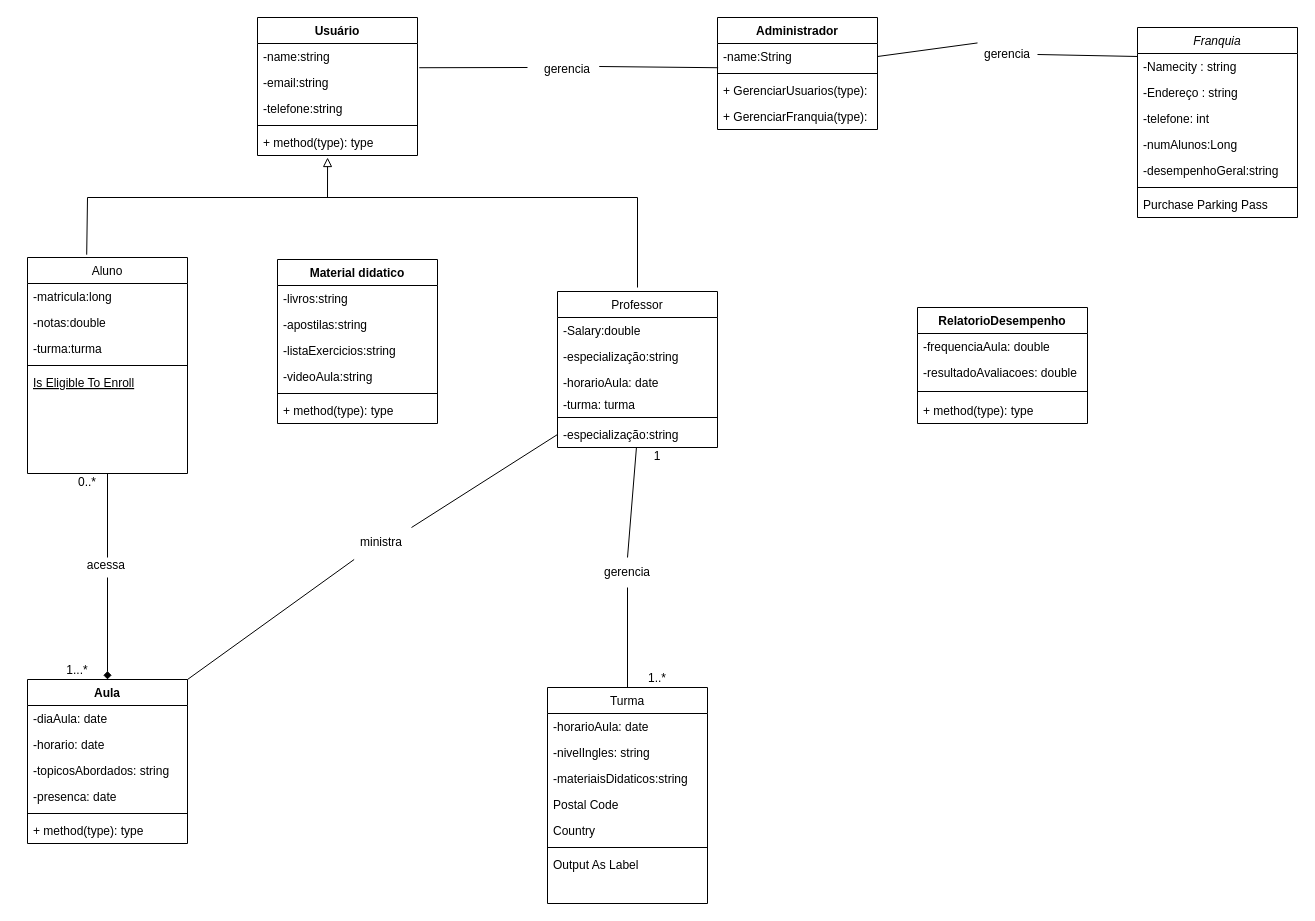
Before: Diagrama-Classes/Escola-Ingles.drawio in Wal221/ProjetoWeb2, a draw.io diagram. Source tidied: cells renumbered, new cells numbered last; positions are measured from the earlier drawing's top-left corner, leaving out a move shared by most shapes. Both pictures are drawn from the tidied source at 100%, with x=0, y=0 at pixel (27, 17).
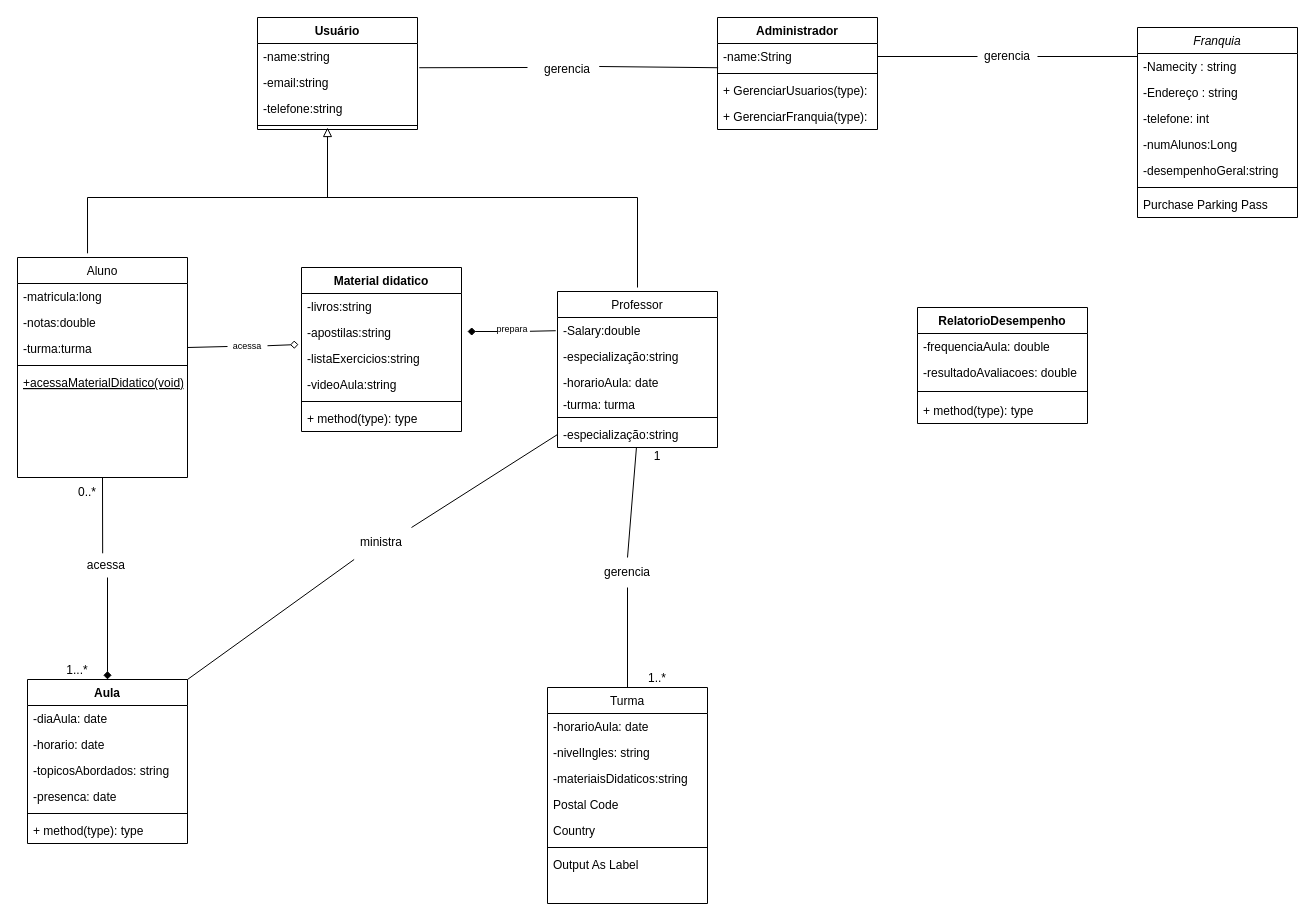
The same page after the edit.

The change refers to these unchanged cells:
```xml
<mxCell id="17" value="-Salary:double&#10;" style="text;align=left;verticalAlign=top;spacingLeft=4;spacingRight=4;overflow=hidden;points=[[0,0.5],[1,0.5]];portConstraint=eastwest;" parent="16" vertex="1">
  <mxGeometry y="26" width="160" height="26" as="geometry" />
</mxCell>
<mxCell id="44" value="-name:String" style="text;strokeColor=none;fillColor=none;align=left;verticalAlign=top;spacingLeft=4;spacingRight=4;overflow=hidden;points=[[0,0.5],[1,0.5]];portConstraint=eastwest;whiteSpace=wrap;html=1;" parent="43" vertex="1">
  <mxGeometry y="26" width="160" height="26" as="geometry" />
</mxCell>
<mxCell id="59" value="acessa&amp;nbsp;" style="text;html=1;align=center;verticalAlign=middle;whiteSpace=wrap;rounded=0;" parent="1" vertex="1">
  <mxGeometry x="56.5" y="535" width="47" height="25" as="geometry" />
</mxCell>
<mxCell id="78" value="-listaExercicios:string&lt;div&gt;&lt;br&gt;&lt;/div&gt;" style="text;strokeColor=none;fillColor=none;align=left;verticalAlign=top;spacingLeft=4;spacingRight=4;overflow=hidden;points=[[0,0.5],[1,0.5]];portConstraint=eastwest;whiteSpace=wrap;html=1;" parent="75" vertex="1">
  <mxGeometry y="78" width="160" height="26" as="geometry" />
</mxCell>
```

What changed in the source:
```diff
@@
     <mxCell id="10" value="Aluno" style="swimlane;fontStyle=0;align=center;verticalAlign=top;horizontal=1;startSize=26;rounded=0;shadow=0;strokeWidth=1;" parent="1" vertex="1">
-      <mxGeometry y="240" width="160" height="216" as="geometry" />
+      <mxGeometry x="-10" y="240" width="170" height="220" as="geometry" />
     </mxCell>
     <mxCell id="11" value="-matricula:long" style="text;align=left;verticalAlign=top;spacingLeft=4;spacingRight=4;overflow=hidden;rounded=0;shadow=0;html=0;" parent="10" vertex="1">
-      <mxGeometry y="26" width="160" height="26" as="geometry" />
+      <mxGeometry y="26" width="170" height="26" as="geometry" />
     </mxCell>
     <mxCell id="12" value="-notas:double" style="text;align=left;verticalAlign=top;spacingLeft=4;spacingRight=4;overflow=hidden;rounded=0;shadow=0;html=0;" parent="10" vertex="1">
-      <mxGeometry y="52" width="160" height="26" as="geometry" />
+      <mxGeometry y="52" width="170" height="26" as="geometry" />
     </mxCell>
     <mxCell id="13" value="-turma:turma" style="text;align=left;verticalAlign=top;spacingLeft=4;spacingRight=4;overflow=hidden;rounded=0;shadow=0;html=0;" parent="10" vertex="1">
-      <mxGeometry y="78" width="160" height="26" as="geometry" />
+      <mxGeometry y="78" width="170" height="26" as="geometry" />
     </mxCell>
     <mxCell id="14" style="line;html=1;strokeWidth=1;align=left;verticalAlign=middle;spacingTop=-1;spacingLeft=3;spacingRight=3;labelPosition=right;" parent="10" vertex="1">
-      <mxGeometry y="104" width="160" height="8" as="geometry" />
+      <mxGeometry y="104" width="170" height="8" as="geometry" />
     </mxCell>
-    <mxCell id="15" value="Is Eligible To Enroll" style="text;align=left;verticalAlign=top;spacingLeft=4;spacingRight=4;overflow=hidden;fontStyle=4;" parent="10" vertex="1">
-      <mxGeometry y="112" width="160" height="26" as="geometry" />
+    <mxCell id="15" value="+acessaMaterialDidatico(void)" style="text;align=left;verticalAlign=top;spacingLeft=4;spacingRight=4;overflow=hidden;fontStyle=4;" parent="10" vertex="1">
+      <mxGeometry y="112" width="170" height="26" as="geometry" />
     </mxCell>
@@
     <mxCell id="48" value="Usuário" style="swimlane;fontStyle=1;align=center;verticalAlign=top;horizontal=1;startSize=26;whiteSpace=wrap;html=1;" parent="1" vertex="1">
-      <mxGeometry x="230" width="160" height="138" as="geometry" />
+      <mxGeometry x="230" width="160" height="112" as="geometry" />
     </mxCell>
@@
-    <mxCell id="53" value="+ method(type): type" style="text;strokeColor=none;fillColor=none;align=left;verticalAlign=top;spacingLeft=4;spacingRight=4;overflow=hidden;points=[[0,0.5],[1,0.5]];portConstraint=eastwest;whiteSpace=wrap;html=1;" parent="48" vertex="1">
-      <mxGeometry y="112" width="160" height="26" as="geometry" />
-    </mxCell>
-    <mxCell id="54" style="endArrow=block;html=1;rounded=0;endFill=0;endSize=7;exitX=0.37;exitY=-0.013;exitDx=0;exitDy=0;exitPerimeter=0;entryX=0.438;entryY=1.077;entryDx=0;entryDy=0;entryPerimeter=0;" parent="1" edge="1" source="10" target="53">
+    <mxCell id="54" style="endArrow=block;html=1;rounded=0;endFill=0;endSize=7;exitX=0.412;exitY=-0.019;exitDx=0;exitDy=0;exitPerimeter=0;" parent="1" edge="1" source="10">
       <mxGeometry relative="1" as="geometry">
+        <mxPoint x="300" y="110" as="targetPoint" />
         <Array as="points">
           <mxPoint x="60" y="180" />
           <mxPoint x="300" y="180" />
         </Array>
       </mxGeometry>
     </mxCell>
@@
-    <mxCell id="58" style="endArrow=none;html=1;rounded=0;endFill=0;exitX=0.5;exitY=1;exitDx=0;exitDy=0;" parent="1" edge="1" source="10">
-      <mxGeometry relative="1" as="geometry">
-        <mxPoint x="80" y="540" as="targetPoint" />
-      </mxGeometry>
+    <mxCell id="58" style="endArrow=none;html=1;rounded=0;endFill=0;exitX=0.5;exitY=1;exitDx=0;exitDy=0;entryX=0.397;entryY=0.032;entryDx=0;entryDy=0;entryPerimeter=0;" parent="1" edge="1" source="10" target="59">
+      <mxGeometry relative="1" as="geometry" />
     </mxCell>
@@
     <mxCell id="70" value="0..*" style="text;html=1;align=center;verticalAlign=middle;whiteSpace=wrap;rounded=0;" parent="1" vertex="1">
-      <mxGeometry x="30" y="450" width="60" height="30" as="geometry" />
+      <mxGeometry x="30" y="460" width="60" height="30" as="geometry" />
     </mxCell>
@@
-    <mxCell id="73" style="endArrow=none;html=1;rounded=0;exitX=1;exitY=0.5;exitDx=0;exitDy=0;entryX=0;entryY=0.115;entryDx=0;entryDy=0;entryPerimeter=0;" parent="1" edge="1" source="44" target="74">
+    <mxCell id="73" style="endArrow=none;html=1;rounded=0;exitX=1;exitY=0.5;exitDx=0;exitDy=0;entryX=0;entryY=0.5;entryDx=0;entryDy=0;" parent="1" edge="1" source="44" target="74">
       <mxGeometry relative="1" as="geometry" />
     </mxCell>
     <mxCell id="74" value="gerencia" style="text;html=1;align=center;verticalAlign=middle;whiteSpace=wrap;rounded=0;" parent="1" vertex="1">
-      <mxGeometry x="950" y="22" width="60" height="30" as="geometry" />
+      <mxGeometry x="950" y="24" width="60" height="30" as="geometry" />
     </mxCell>
     <mxCell id="75" value="Material didatico" style="swimlane;fontStyle=1;align=center;verticalAlign=top;horizontal=1;startSize=26;whiteSpace=wrap;html=1;" parent="1" vertex="1">
-      <mxGeometry x="250" y="242" width="160" height="164" as="geometry" />
+      <mxGeometry x="274" y="250" width="160" height="164" as="geometry" />
     </mxCell>
@@
+    <mxCell id="82" style="endArrow=diamond;html=1;rounded=0;endFill=0;entryX=-0.019;entryY=-0.038;entryDx=0;entryDy=0;entryPerimeter=0;" parent="1" edge="1" source="85" target="78">
+      <mxGeometry relative="1" as="geometry" />
+    </mxCell>
+    <mxCell id="83" style="endArrow=diamond;html=1;rounded=0;endFill=1;exitX=0;exitY=0.6;exitDx=0;exitDy=0;exitPerimeter=0;" parent="1" edge="1" source="87">
+      <mxGeometry relative="1" as="geometry">
+        <mxPoint x="440" y="314" as="targetPoint" />
+      </mxGeometry>
+    </mxCell>
+    <mxCell id="84" style="endArrow=none;html=1;rounded=0;endFill=0;entryX=0;entryY=0.5;entryDx=0;entryDy=0;" parent="1" edge="1" target="85">
+      <mxGeometry relative="1" as="geometry">
+        <mxPoint x="160" y="330" as="sourcePoint" />
+      </mxGeometry>
+    </mxCell>
+    <mxCell id="85" value="acessa" style="text;html=1;align=center;verticalAlign=middle;whiteSpace=wrap;rounded=0;fontSize=9;" parent="1" vertex="1">
+      <mxGeometry x="200" y="320" width="40" height="18" as="geometry" />
+    </mxCell>
+    <mxCell id="86" style="endArrow=none;html=1;rounded=0;exitX=-0.011;exitY=0.509;exitDx=0;exitDy=0;endFill=0;exitPerimeter=0;entryX=1.081;entryY=0.589;entryDx=0;entryDy=0;entryPerimeter=0;" parent="1" edge="1" source="17" target="87">
+      <mxGeometry relative="1" as="geometry" />
+    </mxCell>
+    <mxCell id="87" value="prepara" style="text;html=1;align=center;verticalAlign=middle;whiteSpace=wrap;rounded=0;fontSize=9;" parent="1" vertex="1">
+      <mxGeometry x="470" y="302" width="30" height="20" as="geometry" />
+    </mxCell>
```
